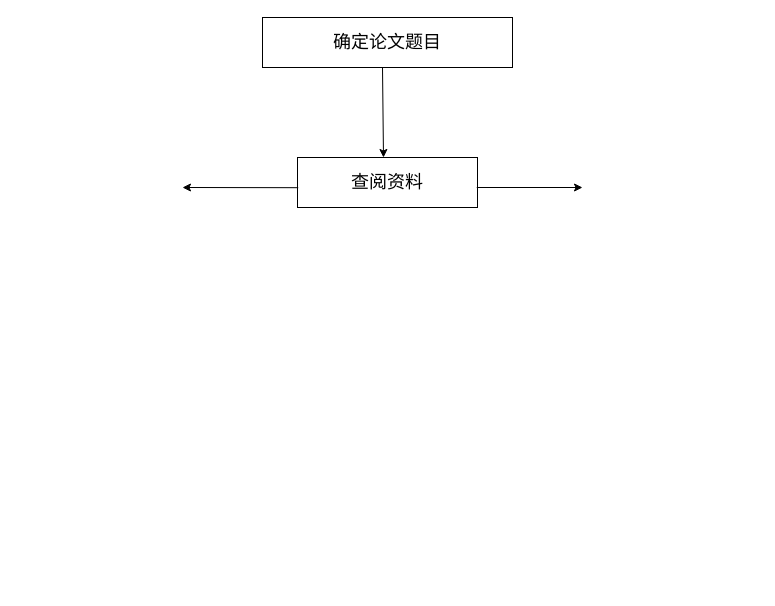
Above: ClassWorks/未命名绘图.drawio in Yaozongbin0828/UMLetDraw (draw.io), before the change. Source tidied: cells renumbered, new cells numbered last; positions are measured from the earlier drawing's top-left corner, leaving out a move shared by most shapes. Both pictures are drawn from the tidied source at 100%, with x=0, y=0 at pixel (182, 17).
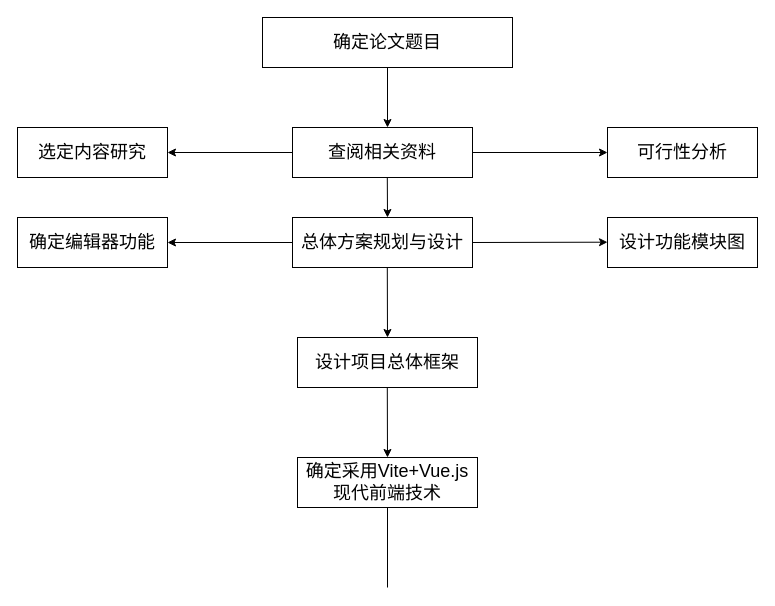
The same diagram, later.

Commit message (it also covers changes not shown here):
更新未命名绘图.drawio

Unchanged cells that the change refers to:
```xml
<mxCell id="2" value="&lt;font style=&quot;font-size: 18px;&quot;&gt;确定论文题目&lt;/font&gt;" style="rounded=0;whiteSpace=wrap;html=1;" parent="1" vertex="1">
  <mxGeometry x="80" width="250" height="50" as="geometry" />
</mxCell>
```

The edit, as a diff of the source:
```diff
@@
+    <mxCell id="4" style="endArrow=classic;html=1;rounded=0;exitX=0.5;exitY=1;exitDx=0;exitDy=0;" parent="1" edge="1" source="2">
+      <mxGeometry relative="1" as="geometry">
+        <mxPoint x="205" y="110" as="targetPoint" />
+      </mxGeometry>
+    </mxCell>
+    <mxCell id="7" style="group;" parent="1" vertex="1">
+      <mxGeometry x="-165" y="110" width="740" height="50" as="geometry" />
+    </mxCell>
-    <mxCell id="3" value="&lt;font style=&quot;font-size: 18px;&quot;&gt;查阅资料&lt;/font&gt;" style="rounded=0;whiteSpace=wrap;html=1;" parent="1" vertex="1">
-      <mxGeometry x="115" y="140" width="180" height="50" as="geometry" />
+    <mxCell id="3" value="&lt;font style=&quot;font-size: 18px;&quot;&gt;查阅相关资料&lt;/font&gt;" style="rounded=0;whiteSpace=wrap;html=1;" parent="7" vertex="1">
+      <mxGeometry x="275" width="180" height="50" as="geometry" />
     </mxCell>
-    <mxCell id="4" style="endArrow=classic;html=1;rounded=0;" parent="1" edge="1">
-      <mxGeometry relative="1" as="geometry">
-        <mxPoint x="200" y="50" as="sourcePoint" />
-        <mxPoint x="201" y="140" as="targetPoint" />
-      </mxGeometry>
-    </mxCell>
-    <mxCell id="5" style="endArrow=classic;html=1;rounded=0;exitX=0.004;exitY=0.604;exitDx=0;exitDy=0;exitPerimeter=0;" parent="1" edge="1" source="3">
-      <mxGeometry relative="1" as="geometry">
-        <mxPoint y="170" as="targetPoint" />
-      </mxGeometry>
+    <mxCell id="5" style="endArrow=classic;html=1;rounded=0;exitX=0;exitY=0.5;exitDx=0;exitDy=0;entryX=1;entryY=0.5;entryDx=0;entryDy=0;" parent="7" edge="1" source="3" target="8">
+      <mxGeometry relative="1" as="geometry" />
     </mxCell>
-    <mxCell id="6" style="endArrow=classic;html=1;rounded=0;exitX=0.996;exitY=0.6;exitDx=0;exitDy=0;exitPerimeter=0;" parent="1" edge="1" source="3">
-      <mxGeometry relative="1" as="geometry">
-        <mxPoint x="400" y="170" as="targetPoint" />
-      </mxGeometry>
+    <mxCell id="6" style="endArrow=classic;html=1;rounded=0;exitX=1;exitY=0.5;exitDx=0;exitDy=0;entryX=0;entryY=0.5;entryDx=0;entryDy=0;" parent="7" edge="1" source="3" target="9">
+      <mxGeometry relative="1" as="geometry" />
     </mxCell>
+    <mxCell id="8" value="&lt;font style=&quot;font-size: 18px;&quot;&gt;选定内容研究&lt;/font&gt;" style="rounded=0;whiteSpace=wrap;html=1;" parent="7" vertex="1">
+      <mxGeometry width="150" height="50" as="geometry" />
+    </mxCell>
+    <mxCell id="9" value="&lt;font style=&quot;font-size: 18px;&quot;&gt;可行性分析&lt;/font&gt;" style="rounded=0;whiteSpace=wrap;html=1;" parent="7" vertex="1">
+      <mxGeometry x="590" width="150" height="50" as="geometry" />
+    </mxCell>
+    <mxCell id="10" value="&lt;font style=&quot;font-size: 18px;&quot;&gt;确定编辑器功能&lt;/font&gt;" style="rounded=0;whiteSpace=wrap;html=1;" parent="1" vertex="1">
+      <mxGeometry x="-165" y="200" width="150" height="50" as="geometry" />
+    </mxCell>
+    <mxCell id="11" value="&lt;font style=&quot;font-size: 18px;&quot;&gt;总体方案规划与设计&lt;/font&gt;" style="rounded=0;whiteSpace=wrap;html=1;" parent="1" vertex="1">
+      <mxGeometry x="110" y="200" width="180" height="50" as="geometry" />
+    </mxCell>
+    <mxCell id="12" value="&lt;font style=&quot;font-size: 18px;&quot;&gt;设计功能模块图&lt;/font&gt;" style="rounded=0;whiteSpace=wrap;html=1;" parent="1" vertex="1">
+      <mxGeometry x="425" y="200" width="150" height="50" as="geometry" />
+    </mxCell>
+    <mxCell id="13" style="endArrow=classic;html=1;rounded=0;entryX=0;entryY=0.5;entryDx=0;entryDy=0;exitX=1;exitY=0.5;exitDx=0;exitDy=0;" parent="1" edge="1" source="11">
+      <mxGeometry relative="1" as="geometry">
+        <mxPoint x="425" y="224.7" as="targetPoint" />
+      </mxGeometry>
+    </mxCell>
+    <mxCell id="14" style="endArrow=classic;html=1;rounded=0;exitX=-0.001;exitY=0.5;exitDx=0;exitDy=0;exitPerimeter=0;" parent="1" edge="1" source="11">
+      <mxGeometry relative="1" as="geometry">
+        <mxPoint x="-15" y="225" as="targetPoint" />
+      </mxGeometry>
+    </mxCell>
+    <mxCell id="15" style="endArrow=classic;html=1;rounded=0;exitX=0.52;exitY=1;exitDx=0;exitDy=0;exitPerimeter=0;" parent="1" edge="1">
+      <mxGeometry relative="1" as="geometry">
+        <mxPoint x="204.8" y="160" as="sourcePoint" />
+        <mxPoint x="205" y="200" as="targetPoint" />
+      </mxGeometry>
+    </mxCell>
+    <mxCell id="16" style="endArrow=classic;html=1;rounded=0;exitX=0.52;exitY=1;exitDx=0;exitDy=0;exitPerimeter=0;entryX=0.5;entryY=0;entryDx=0;entryDy=0;" parent="1" edge="1" target="17">
+      <mxGeometry relative="1" as="geometry">
+        <mxPoint x="204.8" y="250" as="sourcePoint" />
+      </mxGeometry>
+    </mxCell>
+    <mxCell id="17" value="&lt;font style=&quot;font-size: 18px;&quot;&gt;设计项目总体框架&lt;/font&gt;" style="rounded=0;whiteSpace=wrap;html=1;" parent="1" vertex="1">
+      <mxGeometry x="115" y="320" width="180" height="50" as="geometry" />
+    </mxCell>
+    <mxCell id="18" style="endArrow=classic;html=1;rounded=0;exitX=0.52;exitY=1;exitDx=0;exitDy=0;exitPerimeter=0;entryX=0.5;entryY=0;entryDx=0;entryDy=0;" parent="1" edge="1">
+      <mxGeometry relative="1" as="geometry">
+        <mxPoint x="204.8" y="370" as="sourcePoint" />
+        <mxPoint x="205" y="440" as="targetPoint" />
+      </mxGeometry>
+    </mxCell>
+    <mxCell id="19" value="&lt;font style=&quot;font-size: 18px;&quot;&gt;确定采用Vite+Vue.js现代前端技术&lt;/font&gt;" style="rounded=0;whiteSpace=wrap;html=1;" parent="1" vertex="1">
+      <mxGeometry x="115" y="440" width="180" height="50" as="geometry" />
+    </mxCell>
+    <mxCell id="20" style="endArrow=none;html=1;rounded=0;entryX=0.5;entryY=1;entryDx=0;entryDy=0;" parent="1" edge="1" target="19">
+      <mxGeometry relative="1" as="geometry">
+        <mxPoint x="205" y="570" as="sourcePoint" />
+      </mxGeometry>
+    </mxCell>
```
